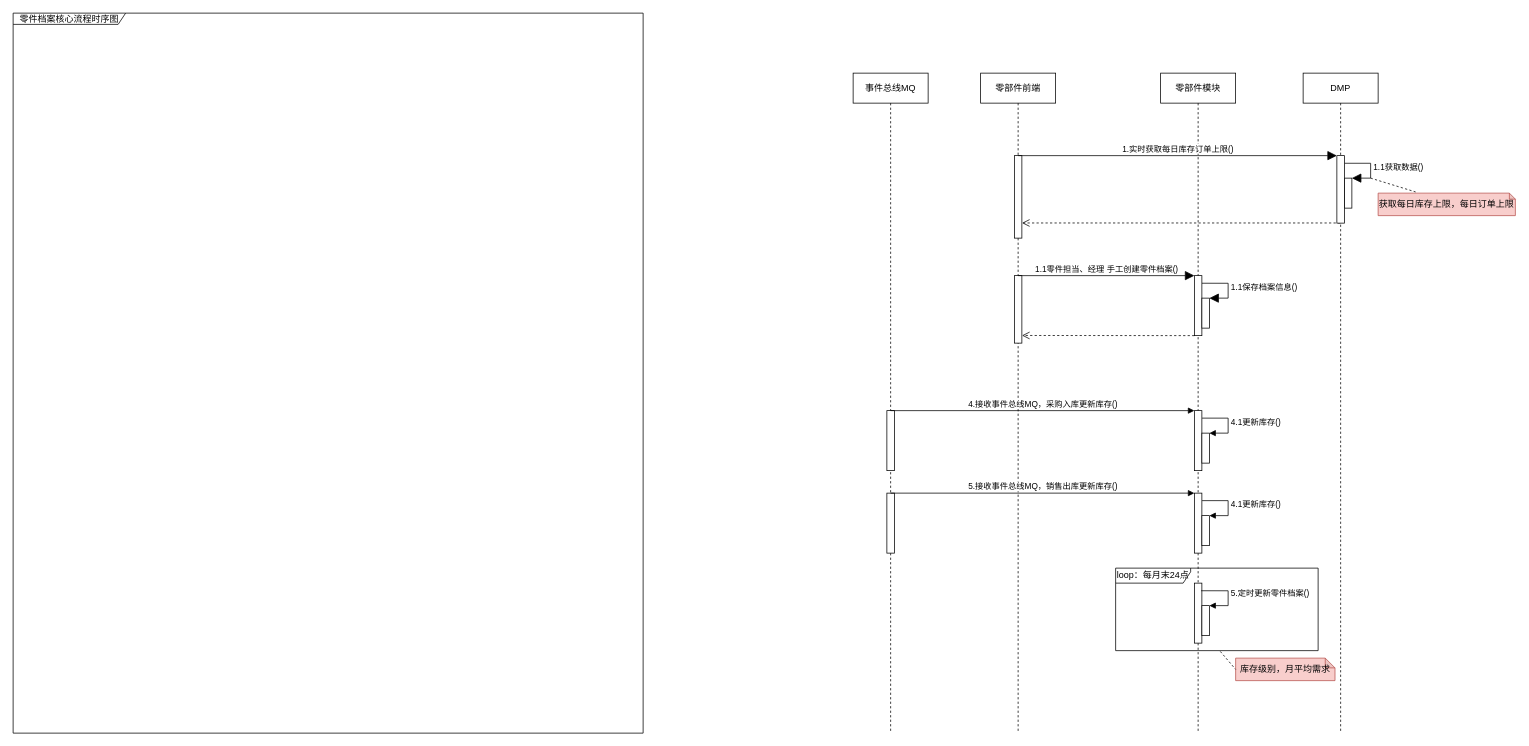
Above: page "时序图" (1 of 5) of 库存管理-零件档案管理.drawio in 1132489442/gitRepository1 (draw.io), before the change. Source tidied: cells renumbered, new cells numbered last; positions are measured from the earlier drawing's top-left corner, leaving out a move shared by most shapes. Both pictures are drawn from the tidied source at 75%, with x=0, y=0 at pixel (13, 13).
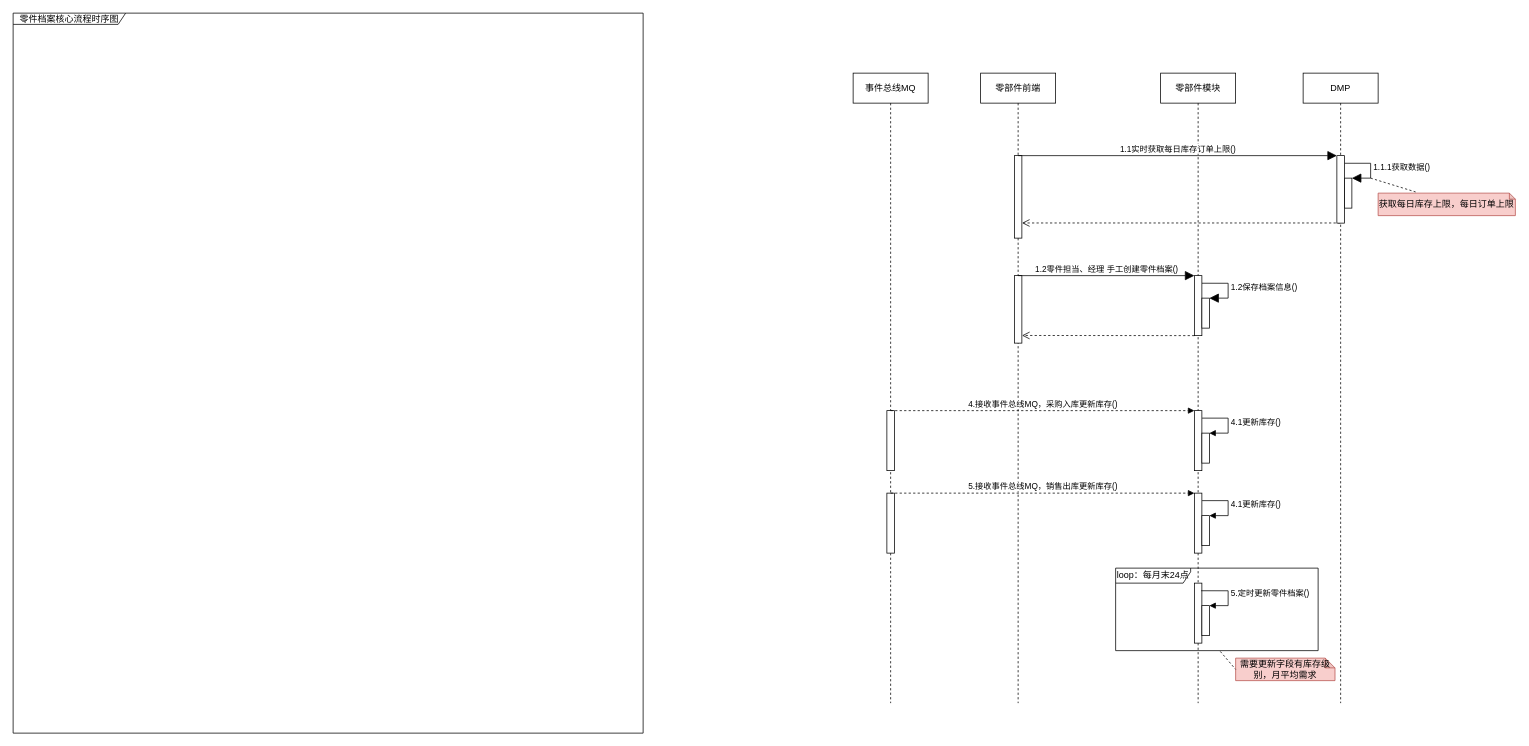
The same page after the edit.

Commit message:
更新库存管理-零件档案管理.drawio

The change refers to these unchanged cells:
```xml
<mxCell id="4" style="html=1;points=[];perimeter=orthogonalPerimeter;fillColor=#FFFFFF;" parent="3" vertex="1">
  <mxGeometry x="45" y="450" width="10" height="80" as="geometry" />
</mxCell>
<mxCell id="11" style="html=1;points=[];perimeter=orthogonalPerimeter;fillColor=#FFFFFF;" parent="1" vertex="1">
  <mxGeometry x="1575" y="350" width="10" height="80" as="geometry" />
</mxCell>
<mxCell id="12" style="html=1;points=[];perimeter=orthogonalPerimeter;fillColor=#FFFFFF;" parent="1" vertex="1">
  <mxGeometry x="1585" y="380" width="10" height="40" as="geometry" />
</mxCell>
<mxCell id="20" style="html=1;points=[];perimeter=orthogonalPerimeter;fillColor=#FFFFFF;" parent="1" vertex="1">
  <mxGeometry x="1575" y="640" width="10" height="80" as="geometry" />
</mxCell>
<mxCell id="29" style="html=1;points=[];perimeter=orthogonalPerimeter;fillColor=#FFFFFF;" parent="1" vertex="1">
  <mxGeometry x="1775" y="220" width="10" height="40" as="geometry" />
</mxCell>
```

What changed in the source:
```diff
@@
     <mxCell id="2" value="零部件前端" style="shape=umlLifeline;perimeter=lifelinePerimeter;whiteSpace=wrap;html=1;fillColor=#FFFFFF;" parent="1" vertex="1">
-      <mxGeometry x="1290" y="80" width="100" height="880" as="geometry" />
+      <mxGeometry x="1290" y="80" width="100" height="840" as="geometry" />
     </mxCell>
     <mxCell id="3" value="零部件模块" style="shape=umlLifeline;perimeter=lifelinePerimeter;whiteSpace=wrap;html=1;fillColor=#FFFFFF;" parent="1" vertex="1">
-      <mxGeometry x="1530" y="80" width="100" height="880" as="geometry" />
+      <mxGeometry x="1530" y="80" width="100" height="840" as="geometry" />
     </mxCell>
@@
-    <mxCell id="13" value="1.1保存档案信息()" style="edgeStyle=orthogonalEdgeStyle;html=1;align=left;spacingLeft=2;endArrow=block;rounded=0;entryX=1;entryY=0;endSize=10;exitX=1.015;exitY=0.127;exitDx=0;exitDy=0;exitPerimeter=0;" parent="1" edge="1" source="11" target="12">
+    <mxCell id="13" value="1.2保存档案信息()" style="edgeStyle=orthogonalEdgeStyle;html=1;align=left;spacingLeft=2;endArrow=block;rounded=0;entryX=1;entryY=0;endSize=10;exitX=1.015;exitY=0.127;exitDx=0;exitDy=0;exitPerimeter=0;" parent="1" edge="1" source="11" target="12">
       <mxGeometry relative="1" as="geometry">
         <Array as="points">
           <mxPoint x="1620" y="360" />
           <mxPoint x="1620" y="380" />
         </Array>
       </mxGeometry>
     </mxCell>
-    <mxCell id="14" value="1.1零件担当、经理 手工创建零件档案()" style="html=1;verticalAlign=bottom;endArrow=block;entryX=0;entryY=0;rounded=0;endSize=10;" parent="1" edge="1" target="11">
+    <mxCell id="14" value="1.2零件担当、经理 手工创建零件档案()" style="html=1;verticalAlign=bottom;endArrow=block;entryX=0;entryY=0;rounded=0;endSize=10;" parent="1" edge="1" target="11">
       <mxGeometry relative="1" as="geometry">
         <mxPoint x="1340" y="350" as="sourcePoint" />
       </mxGeometry>
     </mxCell>
@@
     <mxCell id="17" value="事件总线MQ" style="shape=umlLifeline;perimeter=lifelinePerimeter;whiteSpace=wrap;html=1;fillColor=#FFFFFF;" parent="1" vertex="1">
-      <mxGeometry x="1120" y="80" width="100" height="880" as="geometry" />
+      <mxGeometry x="1120" y="80" width="100" height="840" as="geometry" />
     </mxCell>
@@
-    <mxCell id="19" value="4.接收事件总线MQ，采购入库更新库存()" style="html=1;verticalAlign=bottom;endArrow=block;entryX=0;entryY=0;rounded=0;" parent="1" edge="1" target="4">
+    <mxCell id="19" value="4.接收事件总线MQ，采购入库更新库存()" style="html=1;verticalAlign=bottom;endArrow=block;entryX=0;entryY=0;rounded=0;dashed=1;" parent="1" edge="1" target="4">
       <mxGeometry relative="1" as="geometry">
         <mxPoint x="1170" y="530" as="sourcePoint" />
       </mxGeometry>
     </mxCell>
@@
-    <mxCell id="24" value="5.接收事件总线MQ，销售出库更新库存()" style="html=1;verticalAlign=bottom;endArrow=block;entryX=0;entryY=0;rounded=0;" parent="1" edge="1" target="20">
+    <mxCell id="24" value="5.接收事件总线MQ，销售出库更新库存()" style="html=1;verticalAlign=bottom;endArrow=block;entryX=0;entryY=0;rounded=0;dashed=1;" parent="1" edge="1" target="20">
       <mxGeometry relative="1" as="geometry">
         <mxPoint x="1170" y="640" as="sourcePoint" />
       </mxGeometry>
     </mxCell>
@@
-    <mxCell id="26" value="库存级别，月平均需求" style="shape=note;whiteSpace=wrap;html=1;backgroundOutline=1;darkOpacity=0.05;fillColor=#f8cecc;size=13;strokeColor=#b85450;" parent="1" vertex="1">
+    <mxCell id="26" value="需要更新字段有库存级别，月平均需求" style="shape=note;whiteSpace=wrap;html=1;backgroundOutline=1;darkOpacity=0.05;fillColor=#f8cecc;size=13;strokeColor=#b85450;" parent="1" vertex="1">
       <mxGeometry x="1630" y="860" width="132.5" height="30" as="geometry" />
     </mxCell>
@@
-    <mxCell id="30" value="1.1获取数据()" style="edgeStyle=orthogonalEdgeStyle;html=1;align=left;spacingLeft=2;endArrow=block;rounded=0;entryX=1;entryY=0;endSize=10;exitX=1.015;exitY=0.127;exitDx=0;exitDy=0;exitPerimeter=0;" parent="1" edge="1" target="29">
+    <mxCell id="30" value="1.1.1获取数据()" style="edgeStyle=orthogonalEdgeStyle;html=1;align=left;spacingLeft=2;endArrow=block;rounded=0;entryX=1;entryY=0;endSize=10;exitX=1.015;exitY=0.127;exitDx=0;exitDy=0;exitPerimeter=0;" parent="1" edge="1" target="29">
       <mxGeometry relative="1" as="geometry">
         <mxPoint x="1775.2" y="200.2" as="sourcePoint" />
         <Array as="points">
           <mxPoint x="1810" y="200" />
           <mxPoint x="1810" y="220" />
         </Array>
       </mxGeometry>
     </mxCell>
-    <mxCell id="31" value="1.实时获取每日库存订单上限()" style="html=1;verticalAlign=bottom;endArrow=block;entryX=0;entryY=0;rounded=0;endSize=10;" parent="1" edge="1">
+    <mxCell id="31" value="1.1实时获取每日库存订单上限()" style="html=1;verticalAlign=bottom;endArrow=block;entryX=0;entryY=0;rounded=0;endSize=10;" parent="1" edge="1">
       <mxGeometry relative="1" as="geometry">
         <mxPoint x="1340" y="190" as="sourcePoint" />
         <mxPoint x="1765" y="190" as="targetPoint" />
       </mxGeometry>
     </mxCell>
@@
     <mxCell id="33" value="DMP" style="shape=umlLifeline;perimeter=lifelinePerimeter;whiteSpace=wrap;html=1;fillColor=#FFFFFF;" parent="1" vertex="1">
-      <mxGeometry x="1720" y="80" width="100" height="880" as="geometry" />
+      <mxGeometry x="1720" y="80" width="100" height="840" as="geometry" />
     </mxCell>
```
